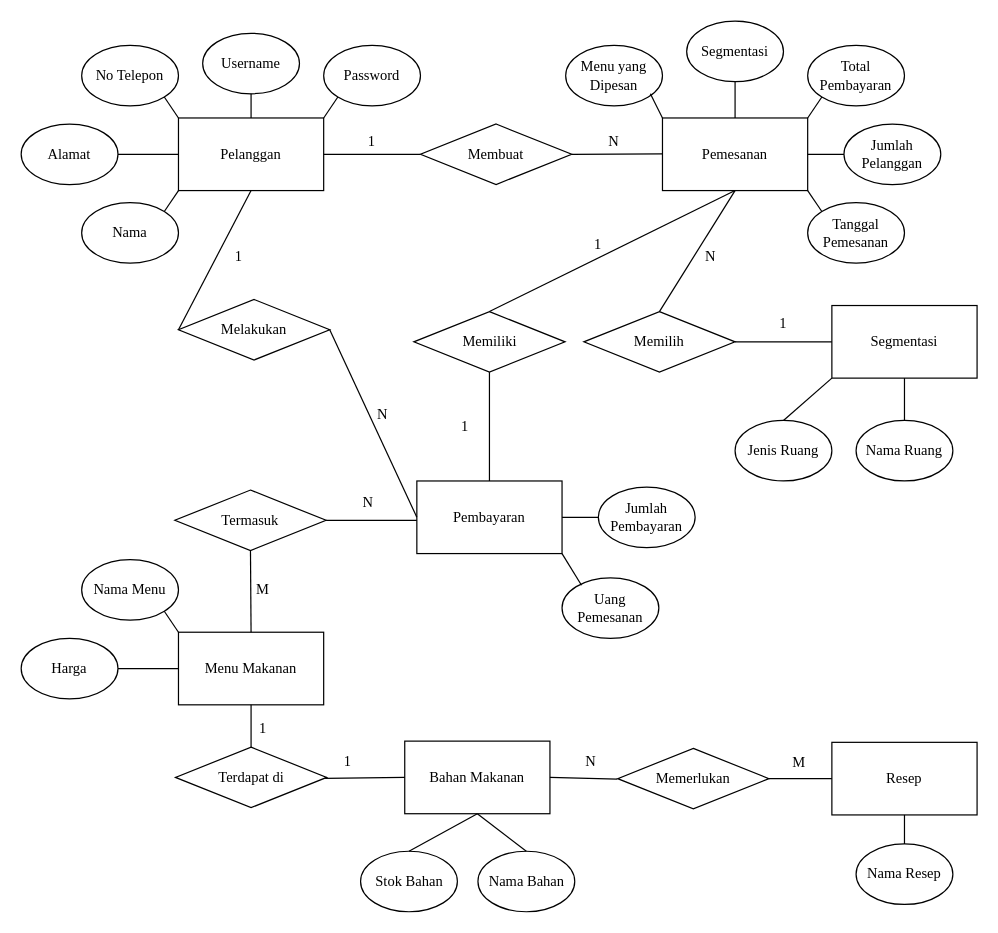
The draw.io diagram Untitled Diagram.drawio in Ratriika347/Ratriika347.github.io, before the edit. Source tidied: cells renumbered, new cells numbered last; positions are measured from the earlier drawing's top-left corner, leaving out a move shared by most shapes. Both pictures are drawn from the tidied source at 121%, with x=0, y=0 at pixel (21, 21).
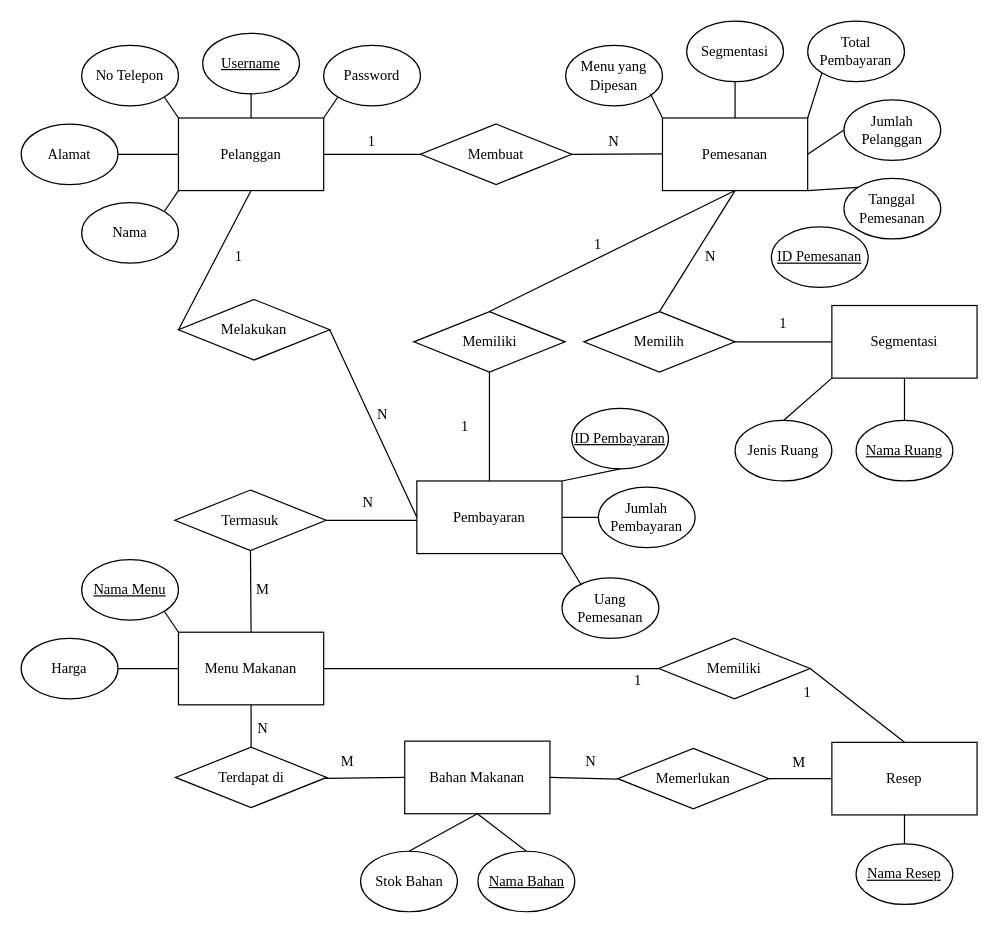
Above is the later version.

Unchanged cells that the change refers to:
```xml
<mxCell id="14" value="Menu Makanan" style="rounded=0;whiteSpace=wrap;html=1;fontFamily=Times New Roman;" parent="1" vertex="1">
  <mxGeometry x="130" y="505" width="120" height="60" as="geometry" />
</mxCell>
<mxCell id="17" value="Resep" style="rounded=0;whiteSpace=wrap;html=1;fontFamily=Times New Roman;" parent="1" vertex="1">
  <mxGeometry x="670" y="596" width="120" height="60" as="geometry" />
</mxCell>
<mxCell id="20" value="Pembayaran" style="rounded=0;whiteSpace=wrap;html=1;fontFamily=Times New Roman;" parent="1" vertex="1">
  <mxGeometry x="327" y="380" width="120" height="60" as="geometry" />
</mxCell>
```

The edit, as a diff of the source:
```diff
@@
-    <mxCell id="6" value="Username" style="ellipse;whiteSpace=wrap;html=1;fontFamily=Times New Roman;" parent="1" vertex="1">
+    <mxCell id="6" value="&lt;u&gt;Username&lt;/u&gt;" style="ellipse;whiteSpace=wrap;html=1;fontFamily=Times New Roman;" parent="1" vertex="1">
       <mxGeometry x="150" y="10" width="80" height="50" as="geometry" />
     </mxCell>
@@
     <mxCell id="9" value="Tanggal Pemesanan" style="ellipse;whiteSpace=wrap;html=1;fontFamily=Times New Roman;" parent="1" vertex="1">
-      <mxGeometry x="650" y="150" width="80" height="50" as="geometry" />
+      <mxGeometry x="680" y="130" width="80" height="50" as="geometry" />
     </mxCell>
     <mxCell id="10" value="Jumlah Pelanggan" style="ellipse;whiteSpace=wrap;html=1;fontFamily=Times New Roman;" parent="1" vertex="1">
-      <mxGeometry x="680" y="85" width="80" height="50" as="geometry" />
+      <mxGeometry x="680" y="65" width="80" height="50" as="geometry" />
     </mxCell>
@@
     <mxCell id="13" value="Total Pembayaran" style="ellipse;whiteSpace=wrap;html=1;fontFamily=Times New Roman;" parent="1" vertex="1">
-      <mxGeometry x="650" y="20" width="80" height="50" as="geometry" />
+      <mxGeometry x="650" width="80" height="50" as="geometry" />
     </mxCell>
@@
-    <mxCell id="16" value="Nama Menu" style="ellipse;whiteSpace=wrap;html=1;fontFamily=Times New Roman;" parent="1" vertex="1">
+    <mxCell id="16" value="&lt;u&gt;Nama Menu&lt;/u&gt;" style="ellipse;whiteSpace=wrap;html=1;fontFamily=Times New Roman;" parent="1" vertex="1">
       <mxGeometry x="50" y="445" width="80" height="50" as="geometry" />
     </mxCell>
@@
-    <mxCell id="18" value="Nama Resep" style="ellipse;whiteSpace=wrap;html=1;fontFamily=Times New Roman;" parent="1" vertex="1">
+    <mxCell id="18" value="&lt;u&gt;Nama Resep&lt;/u&gt;" style="ellipse;whiteSpace=wrap;html=1;fontFamily=Times New Roman;" parent="1" vertex="1">
       <mxGeometry x="690" y="680" width="80" height="50" as="geometry" />
     </mxCell>
@@
-    <mxCell id="21" value="Nama Bahan" style="ellipse;whiteSpace=wrap;html=1;fontFamily=Times New Roman;" parent="1" vertex="1">
+    <mxCell id="21" value="&lt;u&gt;Nama Bahan&lt;/u&gt;" style="ellipse;whiteSpace=wrap;html=1;fontFamily=Times New Roman;" parent="1" vertex="1">
       <mxGeometry x="377.5" y="686" width="80" height="50" as="geometry" />
     </mxCell>
@@
-    <mxCell id="60" value="1" style="text;html=1;align=center;verticalAlign=middle;whiteSpace=wrap;rounded=0;fontFamily=Times New Roman;" parent="1" vertex="1">
+    <mxCell id="60" value="N" style="text;html=1;align=center;verticalAlign=middle;whiteSpace=wrap;rounded=0;fontFamily=Times New Roman;" parent="1" vertex="1">
       <mxGeometry x="170" y="570" width="60" height="30" as="geometry" />
     </mxCell>
-    <mxCell id="61" value="1" style="text;html=1;align=center;verticalAlign=middle;whiteSpace=wrap;rounded=0;fontFamily=Times New Roman;" parent="1" vertex="1">
+    <mxCell id="61" value="M" style="text;html=1;align=center;verticalAlign=middle;whiteSpace=wrap;rounded=0;fontFamily=Times New Roman;" parent="1" vertex="1">
       <mxGeometry x="240" y="597" width="60" height="30" as="geometry" />
     </mxCell>
@@
-    <mxCell id="73" value="Nama Ruang" style="ellipse;whiteSpace=wrap;html=1;fontFamily=Times New Roman;" parent="1" vertex="1">
+    <mxCell id="73" value="&lt;u&gt;Nama Ruang&lt;/u&gt;" style="ellipse;whiteSpace=wrap;html=1;fontFamily=Times New Roman;" parent="1" vertex="1">
       <mxGeometry x="690" y="330" width="80" height="50" as="geometry" />
     </mxCell>
@@
+    <mxCell id="82" value="Memiliki" style="rhombus;whiteSpace=wrap;html=1;fontFamily=Times New Roman;" parent="1" vertex="1">
+      <mxGeometry x="527" y="510" width="125" height="50" as="geometry" />
+    </mxCell>
+    <mxCell id="83" style="endArrow=none;html=1;rounded=0;exitX=0;exitY=0.5;exitDx=0;exitDy=0;entryX=1;entryY=0.5;entryDx=0;entryDy=0;fontFamily=Times New Roman;" parent="1" edge="1" source="82" target="14">
+      <mxGeometry relative="1" as="geometry" />
+    </mxCell>
+    <mxCell id="84" style="endArrow=none;html=1;rounded=0;exitX=1;exitY=0.5;exitDx=0;exitDy=0;entryX=0.5;entryY=0;entryDx=0;entryDy=0;fontFamily=Times New Roman;" parent="1" edge="1" source="82" target="17">
+      <mxGeometry relative="1" as="geometry" />
+    </mxCell>
+    <mxCell id="85" value="1" style="text;html=1;align=center;verticalAlign=middle;whiteSpace=wrap;rounded=0;fontFamily=Times New Roman;" parent="1" vertex="1">
+      <mxGeometry x="480" y="530" width="60" height="30" as="geometry" />
+    </mxCell>
+    <mxCell id="86" value="1" style="text;html=1;align=center;verticalAlign=middle;whiteSpace=wrap;rounded=0;fontFamily=Times New Roman;" parent="1" vertex="1">
+      <mxGeometry x="620" y="540" width="60" height="30" as="geometry" />
+    </mxCell>
+    <mxCell id="87" value="&lt;u&gt;ID Pembayaran&lt;/u&gt;" style="ellipse;whiteSpace=wrap;html=1;fontFamily=Times New Roman;" parent="1" vertex="1">
+      <mxGeometry x="455" y="320" width="80" height="50" as="geometry" />
+    </mxCell>
+    <mxCell id="88" style="endArrow=none;html=1;rounded=0;entryX=0.5;entryY=1;entryDx=0;entryDy=0;exitX=1;exitY=0;exitDx=0;exitDy=0;fontFamily=Times New Roman;" parent="1" edge="1" source="20" target="87">
+      <mxGeometry relative="1" as="geometry" />
+    </mxCell>
+    <mxCell id="89" value="&lt;u&gt;ID Pemesanan&lt;/u&gt;" style="ellipse;whiteSpace=wrap;html=1;fontFamily=Times New Roman;" parent="1" vertex="1">
+      <mxGeometry x="620" y="170" width="80" height="50" as="geometry" />
+    </mxCell>
```
